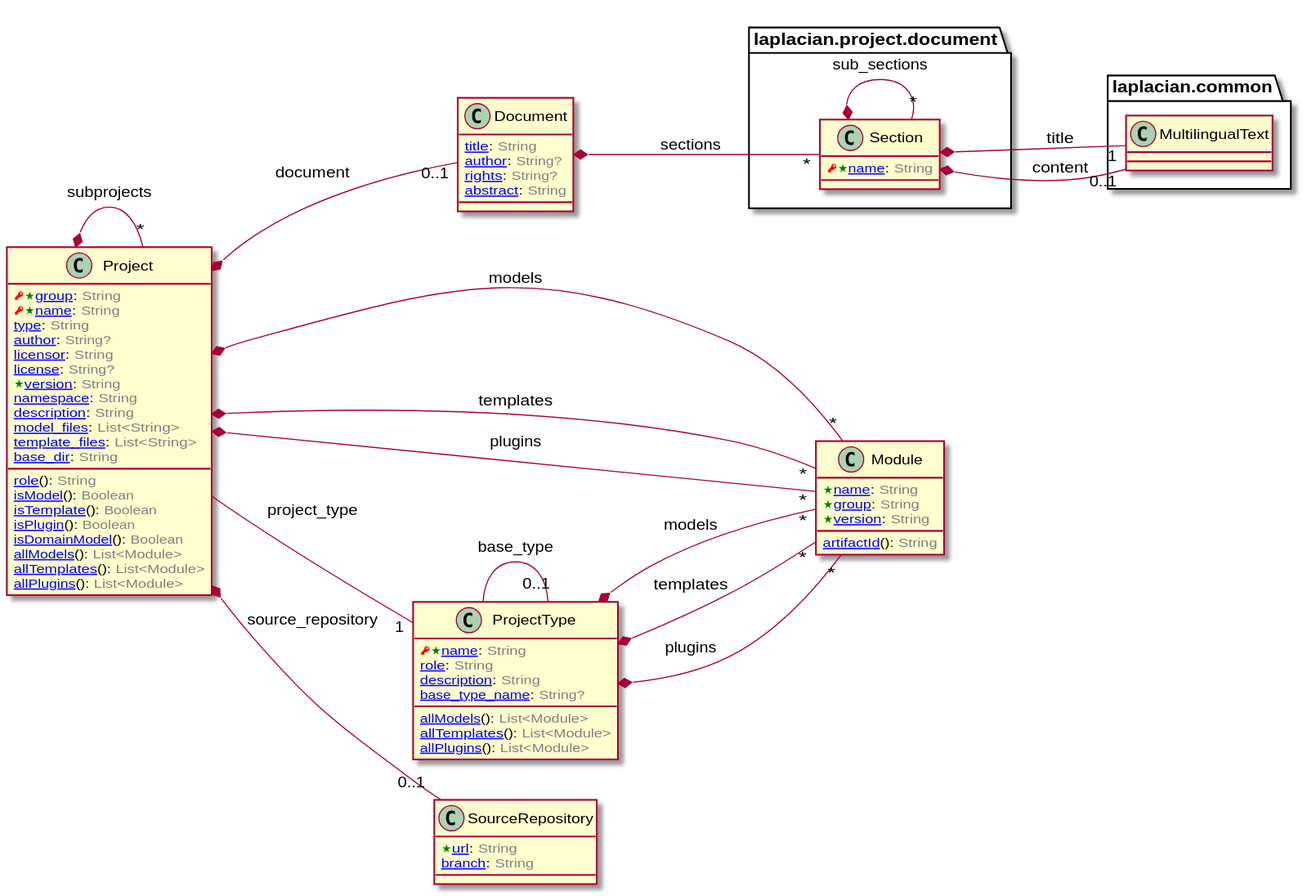
Above: doc/image/model-diagram.svg in laplacian-core/project.domain-model (PlantUML), before the change.
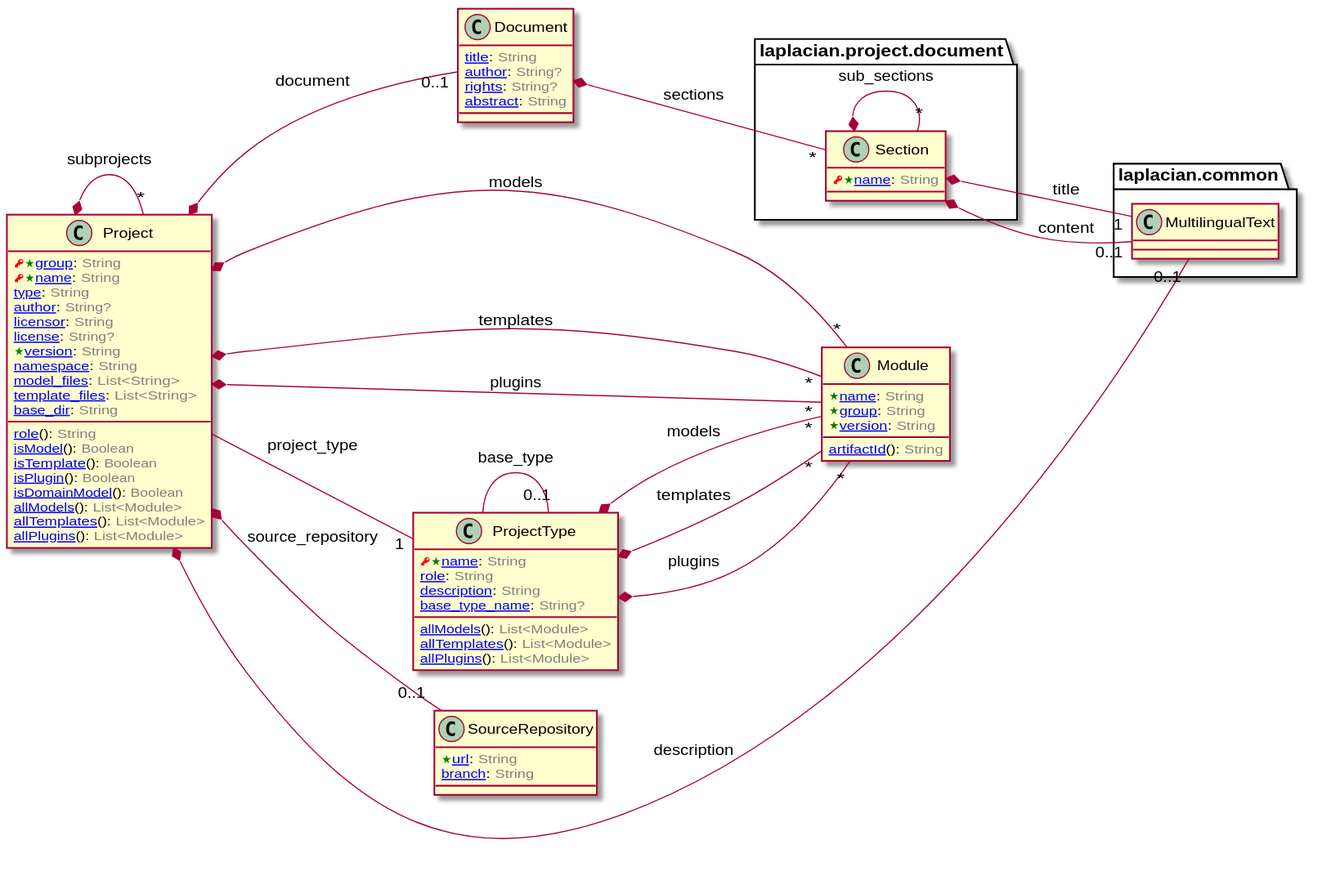
After the commit.

Commit message:
enable to write project description in multiple languages

Change to the diagram source:
```diff
@@ -82,7 +82,6 @@
   [[/blob/master/doc/entities/Project.md#role-string role]](): <color:GRAY>String</color>
   <color:Green><&star></color>[[/blob/master/doc/entities/Project.md#version-string version]]: <color:GRAY>String</color>
   [[/blob/master/doc/entities/Project.md#namespace-string namespace]]: <color:GRAY>String</color>
-  [[/blob/master/doc/entities/Project.md#description-string description]]: <color:GRAY>String</color>
   [[/blob/master/doc/entities/Project.md#model_files-listString model_files]]: <color:GRAY>List<String></color>
   [[/blob/master/doc/entities/Project.md#template_files-listString template_files]]: <color:GRAY>List<String></color>
   [[/blob/master/doc/entities/Project.md#base_dir-string base_dir]]: <color:GRAY>String</color>
@@ -94,6 +93,18 @@
   [[/blob/master/doc/entities/Project.md#all_templates-listModule allTemplates]](): <color:GRAY>List<Module></color>
   [[/blob/master/doc/entities/Project.md#all_plugins-listModule allPlugins]](): <color:GRAY>List<Module></color>
 }
+
+
+
+
+
+package laplacian.common {
+  class MultilingualText {
+  }
+}
+
+
+Project *-- "0..1" MultilingualText : description
 
 
 
```
